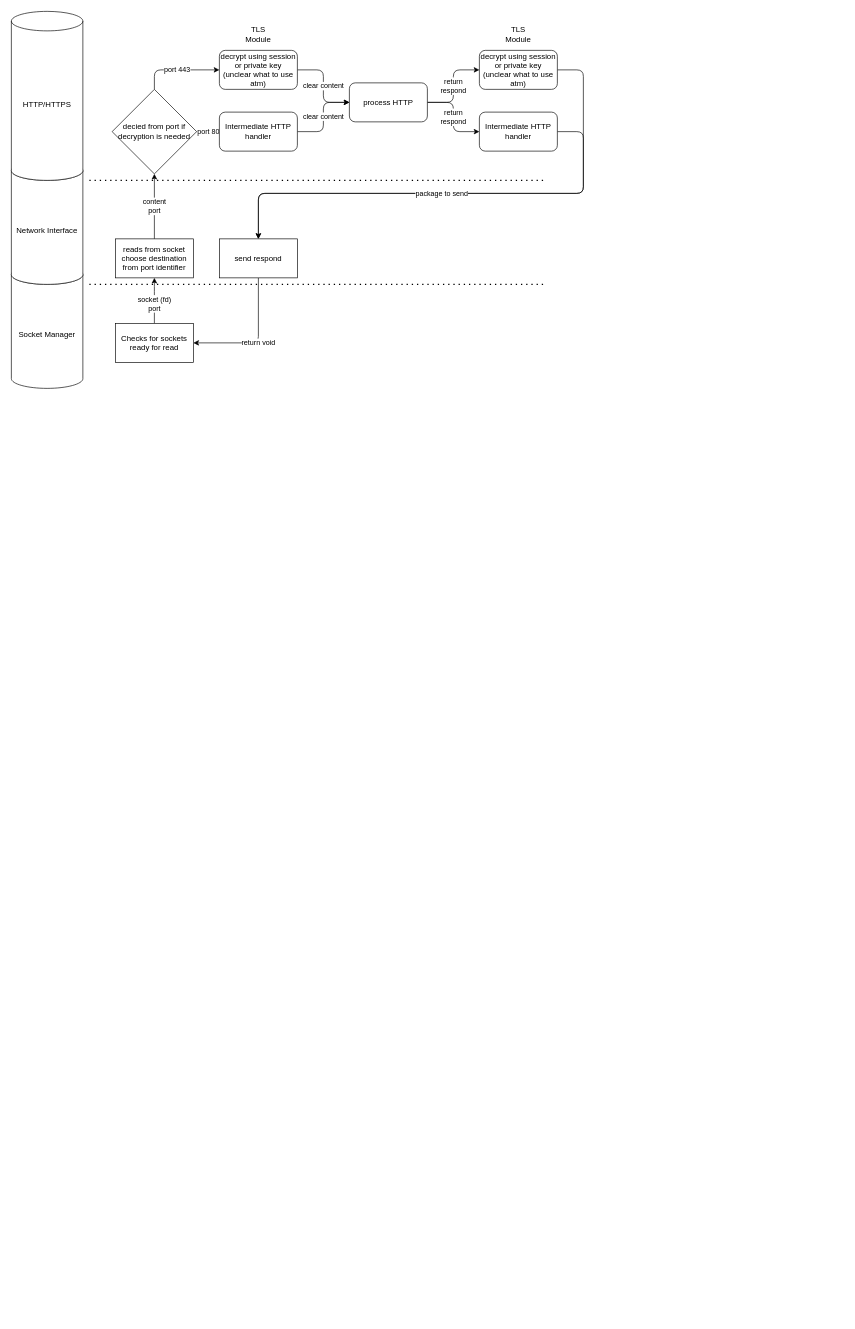
Earlier version of the draw.io diagram concept.drawio (pharbst/Webserv). Source tidied: cells renumbered, new cells numbered last; positions are measured from the earlier drawing's top-left corner, leaving out a move shared by most shapes. Both pictures are drawn from the tidied source at 65%, with x=0, y=0 at pixel (11, 11).
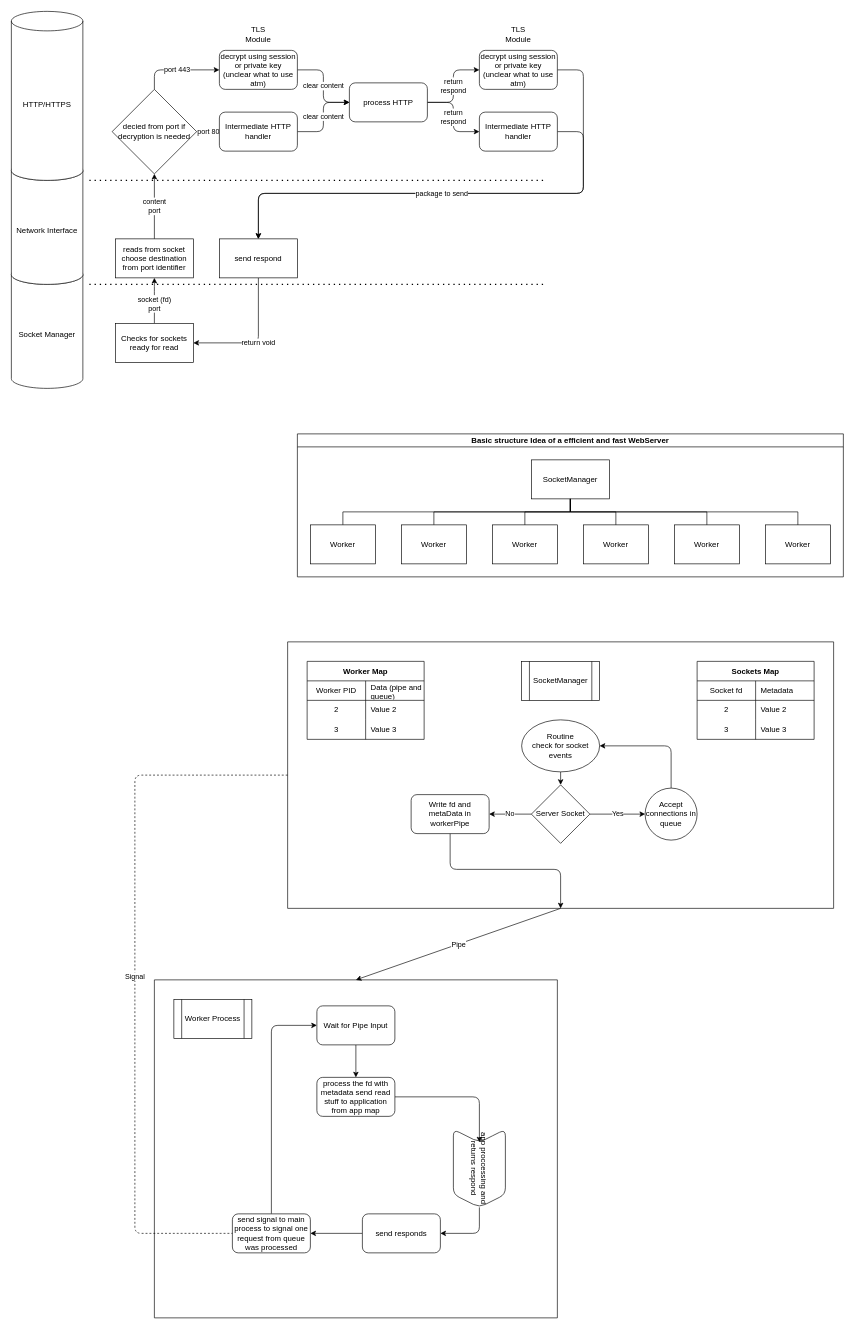
The same page after the edit.

Commit message (it also covers changes not shown here):
WIP:	the socketManager compiles on mac but not on linux that will be 	fixed soon 	the whole socketManager has not been tested

Diff of the diagram source:
```diff
@@
+    <mxCell id="29" value="Basic structure Idea of a efficient and fast WebServer" style="swimlane;startSize=20;horizontal=1;containerType=tree;newEdgeStyle={&quot;edgeStyle&quot;:&quot;elbowEdgeStyle&quot;,&quot;startArrow&quot;:&quot;none&quot;,&quot;endArrow&quot;:&quot;none&quot;};" parent="1" vertex="1">
+      <mxGeometry x="440" y="650" width="840" height="220" as="geometry" />
+    </mxCell>
+    <mxCell id="30" style="edgeStyle=elbowEdgeStyle;elbow=vertical;sourcePerimeterSpacing=0;targetPerimeterSpacing=0;startArrow=none;endArrow=none;rounded=0;curved=0;" parent="29" edge="1" source="32" target="33">
+      <mxGeometry relative="1" as="geometry" />
+    </mxCell>
+    <mxCell id="31" style="edgeStyle=elbowEdgeStyle;elbow=vertical;sourcePerimeterSpacing=0;targetPerimeterSpacing=0;startArrow=none;endArrow=none;rounded=0;curved=0;" parent="29" edge="1" source="32" target="34">
+      <mxGeometry relative="1" as="geometry" />
+    </mxCell>
+    <mxCell id="32" value="SocketManager" style="whiteSpace=wrap;html=1;align=center;newEdgeStyle={&quot;edgeStyle&quot;:&quot;elbowEdgeStyle&quot;,&quot;startArrow&quot;:&quot;none&quot;,&quot;endArrow&quot;:&quot;none&quot;};" parent="29" vertex="1">
+      <mxGeometry x="360" y="40" width="120" height="60" as="geometry" />
+    </mxCell>
+    <mxCell id="33" value="Worker" style="whiteSpace=wrap;html=1;align=center;verticalAlign=middle;newEdgeStyle={&quot;edgeStyle&quot;:&quot;elbowEdgeStyle&quot;,&quot;startArrow&quot;:&quot;none&quot;,&quot;endArrow&quot;:&quot;none&quot;};" parent="29" vertex="1">
+      <mxGeometry x="20" y="140" width="100" height="60" as="geometry" />
+    </mxCell>
+    <mxCell id="34" value="Worker" style="whiteSpace=wrap;html=1;align=center;verticalAlign=middle;newEdgeStyle={&quot;edgeStyle&quot;:&quot;elbowEdgeStyle&quot;,&quot;startArrow&quot;:&quot;none&quot;,&quot;endArrow&quot;:&quot;none&quot;};" parent="29" vertex="1">
+      <mxGeometry x="160" y="140" width="100" height="60" as="geometry" />
+    </mxCell>
+    <mxCell id="35" value="Worker" style="whiteSpace=wrap;html=1;align=center;verticalAlign=middle;newEdgeStyle={&quot;edgeStyle&quot;:&quot;elbowEdgeStyle&quot;,&quot;startArrow&quot;:&quot;none&quot;,&quot;endArrow&quot;:&quot;none&quot;};" parent="29" vertex="1">
+      <mxGeometry x="300" y="140" width="100" height="60" as="geometry" />
+    </mxCell>
+    <mxCell id="36" style="edgeStyle=elbowEdgeStyle;elbow=vertical;sourcePerimeterSpacing=0;targetPerimeterSpacing=0;startArrow=none;endArrow=none;rounded=0;curved=0;exitX=0.5;exitY=1;exitDx=0;exitDy=0;" parent="29" edge="1" source="32" target="35">
+      <mxGeometry relative="1" as="geometry" />
+    </mxCell>
+    <mxCell id="37" value="Worker" style="whiteSpace=wrap;html=1;align=center;verticalAlign=middle;newEdgeStyle={&quot;edgeStyle&quot;:&quot;elbowEdgeStyle&quot;,&quot;startArrow&quot;:&quot;none&quot;,&quot;endArrow&quot;:&quot;none&quot;};" parent="29" vertex="1">
+      <mxGeometry x="440" y="140" width="100" height="60" as="geometry" />
+    </mxCell>
+    <mxCell id="38" style="edgeStyle=elbowEdgeStyle;elbow=vertical;sourcePerimeterSpacing=0;targetPerimeterSpacing=0;startArrow=none;endArrow=none;rounded=0;curved=0;" parent="29" edge="1" target="37">
+      <mxGeometry relative="1" as="geometry">
+        <mxPoint x="420" y="100" as="sourcePoint" />
+      </mxGeometry>
+    </mxCell>
+    <mxCell id="39" value="Worker" style="whiteSpace=wrap;html=1;align=center;verticalAlign=middle;newEdgeStyle={&quot;edgeStyle&quot;:&quot;elbowEdgeStyle&quot;,&quot;startArrow&quot;:&quot;none&quot;,&quot;endArrow&quot;:&quot;none&quot;};" parent="29" vertex="1">
+      <mxGeometry x="580" y="140" width="100" height="60" as="geometry" />
+    </mxCell>
+    <mxCell id="40" style="edgeStyle=elbowEdgeStyle;elbow=vertical;sourcePerimeterSpacing=0;targetPerimeterSpacing=0;startArrow=none;endArrow=none;rounded=0;curved=0;exitX=0.5;exitY=1;exitDx=0;exitDy=0;" parent="29" edge="1" source="32" target="39">
+      <mxGeometry relative="1" as="geometry" />
+    </mxCell>
+    <mxCell id="41" value="Worker" style="whiteSpace=wrap;html=1;align=center;verticalAlign=middle;newEdgeStyle={&quot;edgeStyle&quot;:&quot;elbowEdgeStyle&quot;,&quot;startArrow&quot;:&quot;none&quot;,&quot;endArrow&quot;:&quot;none&quot;};" parent="29" vertex="1">
+      <mxGeometry x="720" y="140" width="100" height="60" as="geometry" />
+    </mxCell>
+    <mxCell id="42" style="edgeStyle=elbowEdgeStyle;elbow=vertical;sourcePerimeterSpacing=0;targetPerimeterSpacing=0;startArrow=none;endArrow=none;rounded=0;curved=0;exitX=0.5;exitY=1;exitDx=0;exitDy=0;" parent="29" edge="1" source="32" target="41">
+      <mxGeometry relative="1" as="geometry" />
+    </mxCell>
+    <mxCell id="43" style="swimlane;startSize=0;" parent="1" vertex="1">
+      <mxGeometry x="425" y="970" width="840" height="410" as="geometry" />
+    </mxCell>
+    <mxCell id="44" value="SocketManager" style="shape=process;whiteSpace=wrap;html=1;backgroundOutline=1;" parent="43" vertex="1">
+      <mxGeometry x="360" y="30" width="120" height="60" as="geometry" />
+    </mxCell>
+    <mxCell id="45" style="edgeStyle=none;html=1;exitX=0.5;exitY=1;exitDx=0;exitDy=0;entryX=0.5;entryY=0;entryDx=0;entryDy=0;" parent="43" edge="1" source="46" target="49">
+      <mxGeometry relative="1" as="geometry" />
+    </mxCell>
+    <mxCell id="46" value="Routine&lt;br&gt;check for socket events" style="ellipse;whiteSpace=wrap;html=1;" parent="43" vertex="1">
+      <mxGeometry x="360" y="120" width="120" height="80" as="geometry" />
+    </mxCell>
+    <mxCell id="47" value="Yes" style="edgeStyle=none;html=1;" parent="43" edge="1" source="49" target="51">
+      <mxGeometry relative="1" as="geometry" />
+    </mxCell>
+    <mxCell id="48" value="No" style="edgeStyle=none;html=1;" parent="43" edge="1" source="49" target="53">
+      <mxGeometry relative="1" as="geometry" />
+    </mxCell>
+    <mxCell id="49" value="Server Socket" style="rhombus;whiteSpace=wrap;html=1;" parent="43" vertex="1">
+      <mxGeometry x="375" y="220" width="90" height="90" as="geometry" />
+    </mxCell>
+    <mxCell id="50" style="edgeStyle=none;html=1;exitX=0.5;exitY=0;exitDx=0;exitDy=0;entryX=1;entryY=0.5;entryDx=0;entryDy=0;" parent="43" edge="1" source="51" target="46">
+      <mxGeometry relative="1" as="geometry">
+        <Array as="points">
+          <mxPoint x="590" y="160" />
+        </Array>
+      </mxGeometry>
+    </mxCell>
+    <mxCell id="51" value="Accept connections in queue" style="ellipse;whiteSpace=wrap;html=1;" parent="43" vertex="1">
+      <mxGeometry x="550" y="225" width="80" height="80" as="geometry" />
+    </mxCell>
+    <mxCell id="52" style="edgeStyle=none;html=1;exitX=0.5;exitY=1;exitDx=0;exitDy=0;entryX=0.5;entryY=1;entryDx=0;entryDy=0;" parent="43" edge="1" source="53" target="43">
+      <mxGeometry relative="1" as="geometry">
+        <Array as="points">
+          <mxPoint x="250" y="350" />
+          <mxPoint x="420" y="350" />
+        </Array>
+      </mxGeometry>
+    </mxCell>
+    <mxCell id="53" value="Write fd and metaData in workerPipe" style="rounded=1;whiteSpace=wrap;html=1;" parent="43" vertex="1">
+      <mxGeometry x="190" y="235" width="120" height="60" as="geometry" />
+    </mxCell>
+    <mxCell id="54" style="group;" parent="43" vertex="1">
+      <mxGeometry x="30" y="30" width="180" height="120" as="geometry" />
+    </mxCell>
+    <mxCell id="55" value="Worker Map" style="shape=table;startSize=30;childLayout=tableLayout;rowLines=0;fontStyle=1;" parent="54" vertex="1">
+      <mxGeometry width="180" height="120" as="geometry" />
+    </mxCell>
+    <mxCell id="56" style="shape=tableRow;horizontal=0;startSize=0;swimlaneHead=0;swimlaneBody=0;top=0;left=0;bottom=0;right=0;fillColor=none;" parent="55" vertex="1">
+      <mxGeometry y="30" width="180" height="30" as="geometry" />
+    </mxCell>
+    <mxCell id="57" value="Worker PID" style="shape=partialRectangle;html=1;whiteSpace=wrap;fillColor=none;top=0;left=0;bottom=0;right=0;overflow=hidden;" parent="56" vertex="1">
+      <mxGeometry width="90" height="30" as="geometry" />
+    </mxCell>
+    <mxCell id="58" value="Data (pipe and queue)" style="shape=partialRectangle;html=1;whiteSpace=wrap;fillColor=none;top=0;left=0;bottom=0;right=0;align=left;spacingLeft=6;overflow=hidden;" parent="56" vertex="1">
+      <mxGeometry x="90" width="90" height="30" as="geometry" />
+    </mxCell>
+    <mxCell id="59" style="shape=tableRow;horizontal=0;startSize=0;swimlaneHead=0;swimlaneBody=0;top=0;left=0;bottom=0;right=0;fillColor=none;" parent="55" vertex="1">
+      <mxGeometry y="60" width="180" height="30" as="geometry" />
+    </mxCell>
+    <mxCell id="60" value="2" style="shape=partialRectangle;html=1;whiteSpace=wrap;fillColor=none;top=0;left=0;bottom=0;right=0;overflow=hidden;" parent="59" vertex="1">
+      <mxGeometry width="90" height="30" as="geometry" />
+    </mxCell>
+    <mxCell id="61" value="Value 2" style="shape=partialRectangle;html=1;whiteSpace=wrap;fillColor=none;top=0;left=0;bottom=0;right=0;align=left;spacingLeft=6;overflow=hidden;" parent="59" vertex="1">
+      <mxGeometry x="90" width="90" height="30" as="geometry" />
+    </mxCell>
+    <mxCell id="62" style="shape=tableRow;horizontal=0;startSize=0;swimlaneHead=0;swimlaneBody=0;top=0;left=0;bottom=0;right=0;fillColor=none;" parent="55" vertex="1">
+      <mxGeometry y="90" width="180" height="30" as="geometry" />
+    </mxCell>
+    <mxCell id="63" value="3" style="shape=partialRectangle;html=1;whiteSpace=wrap;fillColor=none;top=0;left=0;bottom=0;right=0;overflow=hidden;" parent="62" vertex="1">
+      <mxGeometry width="90" height="30" as="geometry" />
+    </mxCell>
+    <mxCell id="64" value="Value 3" style="shape=partialRectangle;html=1;whiteSpace=wrap;fillColor=none;top=0;left=0;bottom=0;right=0;align=left;spacingLeft=6;overflow=hidden;" parent="62" vertex="1">
+      <mxGeometry x="90" width="90" height="30" as="geometry" />
+    </mxCell>
+    <mxCell id="65" style="line;strokeWidth=1;html=1;" parent="54" vertex="1">
+      <mxGeometry y="55" width="180" height="10" as="geometry" />
+    </mxCell>
+    <mxCell id="66" style="group;" parent="43" vertex="1">
+      <mxGeometry x="630" y="30" width="180" height="120" as="geometry" />
+    </mxCell>
+    <mxCell id="67" value="Sockets Map" style="shape=table;startSize=30;childLayout=tableLayout;rowLines=0;fontStyle=1;" parent="66" vertex="1">
+      <mxGeometry width="180" height="120" as="geometry" />
+    </mxCell>
+    <mxCell id="68" style="shape=tableRow;horizontal=0;startSize=0;swimlaneHead=0;swimlaneBody=0;top=0;left=0;bottom=0;right=0;fillColor=none;" parent="67" vertex="1">
+      <mxGeometry y="30" width="180" height="30" as="geometry" />
+    </mxCell>
+    <mxCell id="69" value="Socket fd" style="shape=partialRectangle;html=1;whiteSpace=wrap;fillColor=none;top=0;left=0;bottom=0;right=0;overflow=hidden;" parent="68" vertex="1">
+      <mxGeometry width="90" height="30" as="geometry" />
+    </mxCell>
+    <mxCell id="70" value="Metadata" style="shape=partialRectangle;html=1;whiteSpace=wrap;fillColor=none;top=0;left=0;bottom=0;right=0;align=left;spacingLeft=6;overflow=hidden;" parent="68" vertex="1">
+      <mxGeometry x="90" width="90" height="30" as="geometry" />
+    </mxCell>
+    <mxCell id="71" style="shape=tableRow;horizontal=0;startSize=0;swimlaneHead=0;swimlaneBody=0;top=0;left=0;bottom=0;right=0;fillColor=none;" parent="67" vertex="1">
+      <mxGeometry y="60" width="180" height="30" as="geometry" />
+    </mxCell>
+    <mxCell id="72" value="2" style="shape=partialRectangle;html=1;whiteSpace=wrap;fillColor=none;top=0;left=0;bottom=0;right=0;overflow=hidden;" parent="71" vertex="1">
+      <mxGeometry width="90" height="30" as="geometry" />
+    </mxCell>
+    <mxCell id="73" value="Value 2" style="shape=partialRectangle;html=1;whiteSpace=wrap;fillColor=none;top=0;left=0;bottom=0;right=0;align=left;spacingLeft=6;overflow=hidden;" parent="71" vertex="1">
+      <mxGeometry x="90" width="90" height="30" as="geometry" />
+    </mxCell>
+    <mxCell id="74" style="shape=tableRow;horizontal=0;startSize=0;swimlaneHead=0;swimlaneBody=0;top=0;left=0;bottom=0;right=0;fillColor=none;" parent="67" vertex="1">
+      <mxGeometry y="90" width="180" height="30" as="geometry" />
+    </mxCell>
+    <mxCell id="75" value="3" style="shape=partialRectangle;html=1;whiteSpace=wrap;fillColor=none;top=0;left=0;bottom=0;right=0;overflow=hidden;" parent="74" vertex="1">
+      <mxGeometry width="90" height="30" as="geometry" />
+    </mxCell>
+    <mxCell id="76" value="Value 3" style="shape=partialRectangle;html=1;whiteSpace=wrap;fillColor=none;top=0;left=0;bottom=0;right=0;align=left;spacingLeft=6;overflow=hidden;" parent="74" vertex="1">
+      <mxGeometry x="90" width="90" height="30" as="geometry" />
+    </mxCell>
+    <mxCell id="77" style="line;strokeWidth=1;html=1;" parent="66" vertex="1">
+      <mxGeometry y="55" width="180" height="10" as="geometry" />
+    </mxCell>
+    <mxCell id="78" style="swimlane;startSize=0;strokeWidth=1;" parent="1" vertex="1">
+      <mxGeometry x="220" y="1490" width="620" height="520" as="geometry" />
+    </mxCell>
+    <mxCell id="79" value="Worker Process" style="shape=process;whiteSpace=wrap;html=1;backgroundOutline=1;strokeWidth=1;" parent="78" vertex="1">
+      <mxGeometry x="30" y="30" width="120" height="60" as="geometry" />
+    </mxCell>
+    <mxCell id="80" style="edgeStyle=none;html=1;" parent="78" edge="1" source="81" target="83">
+      <mxGeometry relative="1" as="geometry" />
+    </mxCell>
+    <mxCell id="81" value="Wait for Pipe Input" style="rounded=1;whiteSpace=wrap;html=1;strokeWidth=1;" parent="78" vertex="1">
+      <mxGeometry x="250" y="40" width="120" height="60" as="geometry" />
+    </mxCell>
+    <mxCell id="82" style="edgeStyle=none;html=1;exitX=1;exitY=0.5;exitDx=0;exitDy=0;entryX=0;entryY=0.5;entryDx=0;entryDy=0;" parent="78" edge="1" source="83" target="89">
+      <mxGeometry relative="1" as="geometry">
+        <Array as="points">
+          <mxPoint x="500" y="180" />
+        </Array>
+      </mxGeometry>
+    </mxCell>
+    <mxCell id="83" value="process the fd with metadata send read stuff to application from app map" style="whiteSpace=wrap;html=1;rounded=1;strokeWidth=1;" parent="78" vertex="1">
+      <mxGeometry x="250" y="150" width="120" height="60" as="geometry" />
+    </mxCell>
+    <mxCell id="84" style="edgeStyle=none;html=1;" parent="78" edge="1" source="85" target="87">
+      <mxGeometry relative="1" as="geometry" />
+    </mxCell>
+    <mxCell id="85" value="send responds" style="rounded=1;whiteSpace=wrap;html=1;" parent="78" vertex="1">
+      <mxGeometry x="320" y="360" width="120" height="60" as="geometry" />
+    </mxCell>
+    <mxCell id="86" style="edgeStyle=none;html=1;exitX=0.5;exitY=0;exitDx=0;exitDy=0;entryX=0;entryY=0.5;entryDx=0;entryDy=0;" parent="78" edge="1" source="87" target="81">
+      <mxGeometry relative="1" as="geometry">
+        <Array as="points">
+          <mxPoint x="180" y="70" />
+        </Array>
+      </mxGeometry>
+    </mxCell>
+    <mxCell id="87" value="send signal to main process to signal one request from queue was processed" style="whiteSpace=wrap;html=1;rounded=1;" parent="78" vertex="1">
+      <mxGeometry x="120" y="360" width="120" height="60" as="geometry" />
+    </mxCell>
+    <mxCell id="88" style="edgeStyle=none;html=1;exitX=1;exitY=0.5;exitDx=0;exitDy=0;entryX=1;entryY=0.5;entryDx=0;entryDy=0;" parent="78" edge="1" source="89" target="85">
+      <mxGeometry relative="1" as="geometry">
+        <Array as="points">
+          <mxPoint x="500" y="390" />
+        </Array>
+      </mxGeometry>
+    </mxCell>
+    <mxCell id="89" value="app proccessing and returns respond" style="shape=step;perimeter=stepPerimeter;whiteSpace=wrap;html=1;fixedSize=1;rounded=1;strokeWidth=1;rotation=90;" parent="78" vertex="1">
+      <mxGeometry x="440" y="250" width="120" height="80" as="geometry" />
+    </mxCell>
+    <mxCell id="90" style="endArrow=classic;html=1;entryX=0.5;entryY=0;entryDx=0;entryDy=0;exitX=0.5;exitY=1;exitDx=0;exitDy=0;" parent="1" edge="1" source="43" target="78">
+      <mxGeometry relative="1" as="geometry" />
+    </mxCell>
+    <mxCell id="91" value="Pipe" style="edgeLabel;html=1;align=center;verticalAlign=middle;strokeWidth=1;" parent="90" vertex="1">
+      <mxGeometry relative="1" as="geometry" />
+    </mxCell>
+    <mxCell id="92" value="Signal" style="endArrow=none;dashed=1;html=1;entryX=0;entryY=0.5;entryDx=0;entryDy=0;" parent="1" edge="1" source="43" target="87">
+      <mxGeometry relative="1" as="geometry">
+        <Array as="points">
+          <mxPoint x="190" y="1175" />
+          <mxPoint x="190" y="1880" />
+        </Array>
+      </mxGeometry>
+    </mxCell>
```
